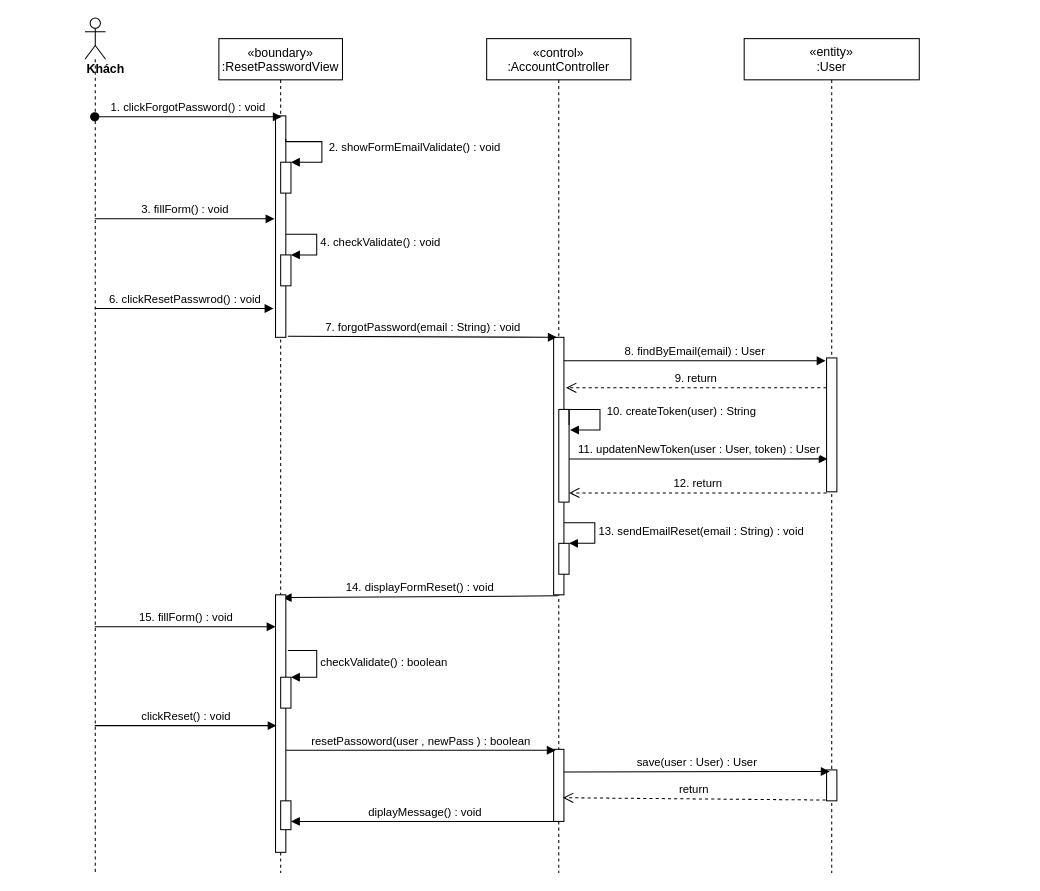
Above: sequence diagram/forgot-password-sequence-diagram.drawio in nguyenphamvan/datn_20202 (draw.io), before the change. Source tidied: cells renumbered, new cells numbered last; positions are measured from the earlier drawing's top-left corner, leaving out a move shared by most shapes. Both pictures are drawn from the tidied source at 103%, with x=0, y=0 at pixel (84, 18).
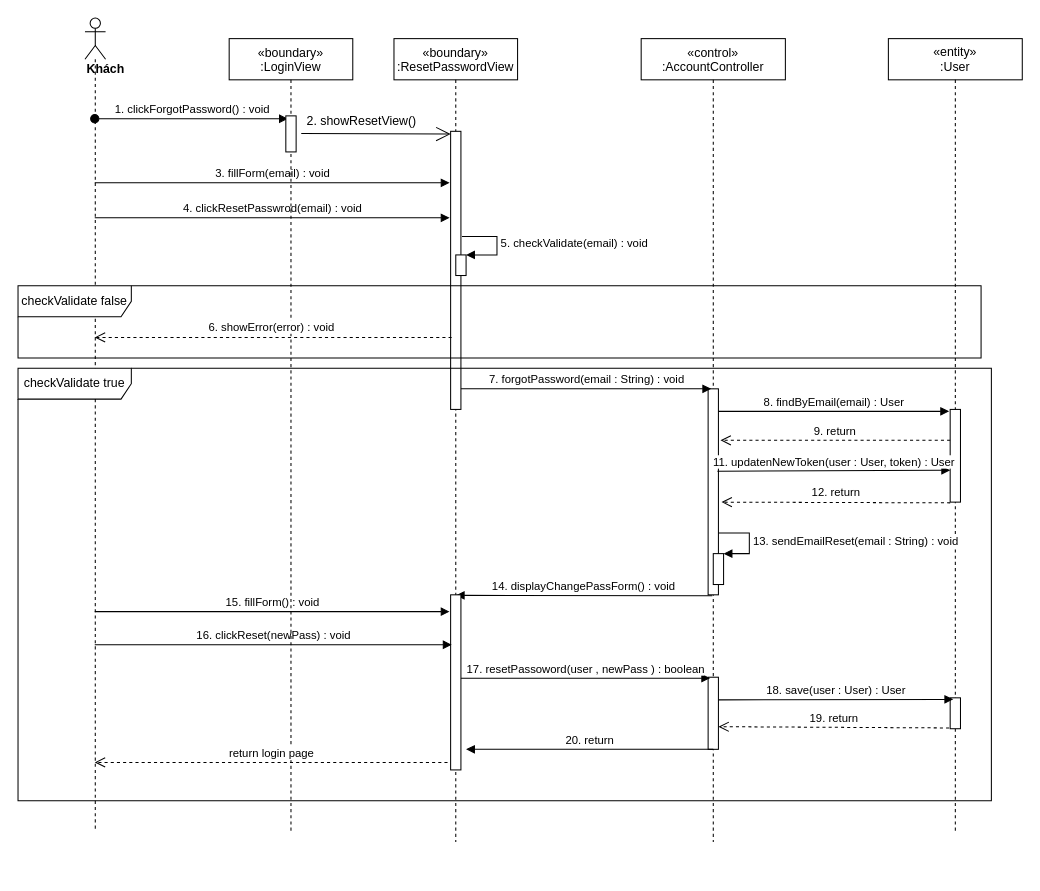
Above is the later version.

Diff of the diagram source:
```diff
@@
     <mxCell id="2" value="«boundary»&#10;:ResetPasswordView" style="shape=umlLifeline;perimeter=lifelinePerimeter;rounded=0;shadow=0;strokeWidth=1;" parent="1" vertex="1">
-      <mxGeometry x="130" y="20" width="120" height="810" as="geometry" />
+      <mxGeometry x="300" y="20" width="120" height="780" as="geometry" />
     </mxCell>
     <mxCell id="3" style="html=1;points=[];perimeter=orthogonalPerimeter;" parent="2" vertex="1">
-      <mxGeometry x="55" y="75" width="10" height="215" as="geometry" />
+      <mxGeometry x="55" y="90" width="10" height="270" as="geometry" />
     </mxCell>
     <mxCell id="4" value="«control»&#10;:AccountController" style="shape=umlLifeline;perimeter=lifelinePerimeter;rounded=0;shadow=0;strokeWidth=1;" parent="1" vertex="1">
-      <mxGeometry x="390" y="20" width="140" height="810" as="geometry" />
+      <mxGeometry x="540" y="20" width="140" height="780" as="geometry" />
     </mxCell>
     <mxCell id="5" value="&lt;div&gt;&lt;b&gt;Khách&lt;/b&gt;&lt;/div&gt;" style="shape=umlLifeline;participant=umlActor;perimeter=lifelinePerimeter;whiteSpace=wrap;html=1;verticalAlign=top;spacingTop=36;outlineConnect=0;align=left;" parent="1" vertex="1">
-      <mxGeometry width="20" height="830" as="geometry" />
+      <mxGeometry width="20" height="790" as="geometry" />
     </mxCell>
-    <mxCell id="6" value="3. fillForm() : void" style="html=1;verticalAlign=bottom;endArrow=block;entryX=-0.1;entryY=0.465;entryDx=0;entryDy=0;entryPerimeter=0;" parent="1" edge="1" source="5" target="3">
-      <mxGeometry relative="1" as="geometry" />
+    <mxCell id="6" value="3. fillForm(email) : void" style="html=1;verticalAlign=bottom;endArrow=block;" parent="1" edge="1" source="5">
+      <mxGeometry relative="1" as="geometry">
+        <mxPoint x="354" y="160" as="targetPoint" />
+      </mxGeometry>
     </mxCell>
     <mxCell id="7" value="&lt;span&gt;«entity»&lt;br&gt;&lt;/span&gt;:User" style="shape=umlLifeline;perimeter=lifelinePerimeter;whiteSpace=wrap;html=1;" parent="1" vertex="1">
-      <mxGeometry x="640" y="20" width="170" height="810" as="geometry" />
+      <mxGeometry x="780" y="20" width="130" height="770" as="geometry" />
     </mxCell>
     <mxCell id="8" style="points=[];perimeter=orthogonalPerimeter;rounded=0;shadow=0;strokeWidth=1;" parent="7" vertex="1">
-      <mxGeometry x="80" y="310" width="10" height="130" as="geometry" />
+      <mxGeometry x="60" y="360" width="10" height="90" as="geometry" />
     </mxCell>
     <mxCell id="9" style="points=[];perimeter=orthogonalPerimeter;rounded=0;shadow=0;strokeWidth=1;" parent="1" vertex="1">
-      <mxGeometry x="455" y="310" width="10" height="250" as="geometry" />
+      <mxGeometry x="605" y="360" width="10" height="200" as="geometry" />
     </mxCell>
-    <mxCell id="10" value="6. clickResetPasswrod() : void" style="html=1;verticalAlign=bottom;endArrow=block;entryX=-0.2;entryY=0.87;entryDx=0;entryDy=0;entryPerimeter=0;" parent="1" edge="1" source="5" target="3">
+    <mxCell id="10" value="4. clickResetPasswrod(email) : void" style="html=1;verticalAlign=bottom;endArrow=block;entryX=-0.1;entryY=0.311;entryDx=0;entryDy=0;entryPerimeter=0;" parent="1" edge="1" source="5" target="3">
       <mxGeometry relative="1" as="geometry" />
     </mxCell>
-    <mxCell id="11" value="7. forgotPassword(email : String) : void" style="html=1;verticalAlign=bottom;endArrow=block;entryX=0.3;entryY=0;entryDx=0;entryDy=0;entryPerimeter=0;exitX=1.2;exitY=0.995;exitDx=0;exitDy=0;exitPerimeter=0;" parent="1" edge="1" source="3" target="9">
+    <mxCell id="11" value="7. forgotPassword(email : String) : void" style="html=1;verticalAlign=bottom;endArrow=block;entryX=0.3;entryY=0;entryDx=0;entryDy=0;entryPerimeter=0;exitX=1;exitY=0.926;exitDx=0;exitDy=0;exitPerimeter=0;" parent="1" edge="1" source="3" target="9">
       <mxGeometry relative="1" as="geometry" />
     </mxCell>
@@
-    <mxCell id="13" style="html=1;points=[];perimeter=orthogonalPerimeter;" parent="1" vertex="1">
-      <mxGeometry x="460" y="380" width="10" height="90" as="geometry" />
-    </mxCell>
-    <mxCell id="14" value="&amp;nbsp;10. createToken(user) : String" style="edgeStyle=orthogonalEdgeStyle;html=1;align=left;spacingLeft=2;endArrow=block;rounded=0;exitX=1;exitY=0.167;exitDx=0;exitDy=0;exitPerimeter=0;" parent="1" edge="1" source="13">
-      <mxGeometry relative="1" as="geometry">
-        <mxPoint x="471" y="400" as="targetPoint" />
-        <Array as="points">
-          <mxPoint x="470" y="380" />
-          <mxPoint x="500" y="380" />
-          <mxPoint x="500" y="400" />
-        </Array>
-      </mxGeometry>
-    </mxCell>
-    <mxCell id="15" value="11. updatenNewToken(user : User, token) : User" style="html=1;verticalAlign=bottom;endArrow=block;entryX=0.1;entryY=0.754;entryDx=0;entryDy=0;entryPerimeter=0;exitX=1;exitY=0.534;exitDx=0;exitDy=0;exitPerimeter=0;" parent="1" edge="1" source="13" target="8">
+    <mxCell id="15" value="11. updatenNewToken(user : User, token) : User" style="html=1;verticalAlign=bottom;endArrow=block;entryX=0;entryY=0.656;entryDx=0;entryDy=0;entryPerimeter=0;exitX=0.9;exitY=0.4;exitDx=0;exitDy=0;exitPerimeter=0;" parent="1" edge="1" source="9" target="8">
       <mxGeometry relative="1" as="geometry" />
     </mxCell>
-    <mxCell id="16" value="12. return" style="html=1;verticalAlign=bottom;endArrow=open;dashed=1;endSize=8;exitX=0;exitY=1.008;exitDx=0;exitDy=0;exitPerimeter=0;" parent="1" edge="1" source="8" target="13">
+    <mxCell id="16" value="12. return" style="html=1;verticalAlign=bottom;endArrow=open;dashed=1;endSize=8;exitX=0;exitY=1.008;exitDx=0;exitDy=0;exitPerimeter=0;entryX=1.3;entryY=0.55;entryDx=0;entryDy=0;entryPerimeter=0;" parent="1" edge="1" source="8" target="9">
       <mxGeometry relative="1" as="geometry" />
     </mxCell>
-    <mxCell id="17" value="14. displayFormReset() : void" style="html=1;verticalAlign=bottom;endArrow=block;exitX=0.4;exitY=1.004;exitDx=0;exitDy=0;exitPerimeter=0;entryX=0.7;entryY=0.011;entryDx=0;entryDy=0;entryPerimeter=0;" parent="1" edge="1" source="9" target="19">
+    <mxCell id="17" value="14. displayChangePassForm() : void" style="html=1;verticalAlign=bottom;endArrow=block;exitX=0.4;exitY=1.004;exitDx=0;exitDy=0;exitPerimeter=0;entryX=0.5;entryY=0.003;entryDx=0;entryDy=0;entryPerimeter=0;" parent="1" edge="1" source="9" target="19">
       <mxGeometry relative="1" as="geometry" />
     </mxCell>
-    <mxCell id="18" value="15. fillForm() : void" style="html=1;verticalAlign=bottom;endArrow=block;entryX=0;entryY=0.124;entryDx=0;entryDy=0;entryPerimeter=0;" parent="1" edge="1" source="5" target="19">
+    <mxCell id="18" value="15. fillForm() : void" style="html=1;verticalAlign=bottom;endArrow=block;entryX=-0.1;entryY=0.096;entryDx=0;entryDy=0;entryPerimeter=0;" parent="1" edge="1" source="5" target="19">
       <mxGeometry relative="1" as="geometry" />
     </mxCell>
     <mxCell id="19" style="html=1;points=[];perimeter=orthogonalPerimeter;" parent="1" vertex="1">
-      <mxGeometry x="185" y="560" width="10" height="250" as="geometry" />
+      <mxGeometry x="355" y="560" width="10" height="170" as="geometry" />
     </mxCell>
-    <mxCell id="20" style="html=1;points=[];perimeter=orthogonalPerimeter;" parent="1" vertex="1">
-      <mxGeometry x="190" y="640" width="10" height="30" as="geometry" />
-    </mxCell>
-    <mxCell id="21" value="checkValidate() : boolean" style="edgeStyle=orthogonalEdgeStyle;html=1;align=left;spacingLeft=2;endArrow=block;rounded=0;entryX=1;entryY=0;exitX=1.2;exitY=0.216;exitDx=0;exitDy=0;exitPerimeter=0;" parent="1" edge="1" source="19" target="20">
-      <mxGeometry relative="1" as="geometry">
-        <Array as="points">
-          <mxPoint x="225" y="614" />
-          <mxPoint x="225" y="640" />
-        </Array>
-      </mxGeometry>
-    </mxCell>
     <mxCell id="22" style="html=1;points=[];perimeter=orthogonalPerimeter;" parent="1" vertex="1">
-      <mxGeometry x="455" y="710" width="10" height="70" as="geometry" />
+      <mxGeometry x="605" y="640" width="10" height="70" as="geometry" />
     </mxCell>
-    <mxCell id="23" value="resetPassoword(user , newPass ) : boolean" style="html=1;verticalAlign=bottom;endArrow=block;entryX=0.2;entryY=0.013;entryDx=0;entryDy=0;entryPerimeter=0;" parent="1" edge="1" source="19" target="22">
+    <mxCell id="23" value="17. resetPassoword(user , newPass ) : boolean" style="html=1;verticalAlign=bottom;endArrow=block;entryX=0.2;entryY=0.013;entryDx=0;entryDy=0;entryPerimeter=0;" parent="1" edge="1" source="19" target="22">
       <mxGeometry relative="1" as="geometry" />
     </mxCell>
     <mxCell id="24" style="html=1;points=[];perimeter=orthogonalPerimeter;" parent="1" vertex="1">
-      <mxGeometry x="720" y="730" width="10" height="30" as="geometry" />
+      <mxGeometry x="840" y="660" width="10" height="30" as="geometry" />
     </mxCell>
-    <mxCell id="25" value="save(user : User) : User" style="html=1;verticalAlign=bottom;endArrow=block;entryX=0.3;entryY=0.05;entryDx=0;entryDy=0;entryPerimeter=0;exitX=1;exitY=0.314;exitDx=0;exitDy=0;exitPerimeter=0;" parent="1" edge="1" source="22" target="24">
+    <mxCell id="25" value="18. save(user : User) : User" style="html=1;verticalAlign=bottom;endArrow=block;entryX=0.3;entryY=0.05;entryDx=0;entryDy=0;entryPerimeter=0;exitX=1;exitY=0.314;exitDx=0;exitDy=0;exitPerimeter=0;" parent="1" edge="1" source="22" target="24">
       <mxGeometry relative="1" as="geometry" />
     </mxCell>
-    <mxCell id="26" value="return" style="html=1;verticalAlign=bottom;endArrow=open;dashed=1;endSize=8;exitX=-0.1;exitY=0.975;exitDx=0;exitDy=0;exitPerimeter=0;entryX=0.9;entryY=0.671;entryDx=0;entryDy=0;entryPerimeter=0;" parent="1" edge="1" source="24" target="22">
+    <mxCell id="26" value="19. return" style="html=1;verticalAlign=bottom;endArrow=open;dashed=1;endSize=8;exitX=-0.1;exitY=0.975;exitDx=0;exitDy=0;exitPerimeter=0;entryX=1;entryY=0.686;entryDx=0;entryDy=0;entryPerimeter=0;" parent="1" edge="1" source="24" target="22">
       <mxGeometry relative="1" as="geometry" />
     </mxCell>
-    <mxCell id="27" value="diplayMessage() : void" style="html=1;verticalAlign=bottom;endArrow=block;exitX=0.5;exitY=1;exitDx=0;exitDy=0;exitPerimeter=0;" parent="1" edge="1" source="22" target="28">
-      <mxGeometry relative="1" as="geometry" />
+    <mxCell id="27" value="20. return" style="html=1;verticalAlign=bottom;endArrow=block;exitX=0.5;exitY=1;exitDx=0;exitDy=0;exitPerimeter=0;" parent="1" edge="1" source="22">
+      <mxGeometry relative="1" as="geometry">
+        <mxPoint x="370" y="710" as="targetPoint" />
+      </mxGeometry>
     </mxCell>
-    <mxCell id="28" style="html=1;points=[];perimeter=orthogonalPerimeter;" parent="1" vertex="1">
-      <mxGeometry x="190" y="760" width="10" height="28" as="geometry" />
-    </mxCell>
-    <mxCell id="29" value="clickReset() : void" style="html=1;verticalAlign=bottom;endArrow=block;entryX=0.1;entryY=0.508;entryDx=0;entryDy=0;entryPerimeter=0;" parent="1" edge="1" source="5" target="19">
+    <mxCell id="29" value="16. clickReset(newPass) : void" style="html=1;verticalAlign=bottom;endArrow=block;entryX=0.1;entryY=0.285;entryDx=0;entryDy=0;entryPerimeter=0;" parent="1" edge="1" source="5" target="19">
       <mxGeometry relative="1" as="geometry" />
     </mxCell>
-    <mxCell id="30" value="9. return" style="html=1;verticalAlign=bottom;endArrow=open;dashed=1;endSize=8;exitX=0;exitY=0.223;exitDx=0;exitDy=0;exitPerimeter=0;entryX=1.2;entryY=0.196;entryDx=0;entryDy=0;entryPerimeter=0;" parent="1" edge="1" source="8" target="9">
-      <mxGeometry relative="1" as="geometry" />
+    <mxCell id="30" value="9. return" style="html=1;verticalAlign=bottom;endArrow=open;dashed=1;endSize=8;" parent="1" edge="1" source="8">
+      <mxGeometry relative="1" as="geometry">
+        <mxPoint x="617" y="410" as="targetPoint" />
+      </mxGeometry>
     </mxCell>
-    <mxCell id="31" value="1. clickForgotPassword() : void" style="html=1;verticalAlign=bottom;startArrow=oval;startFill=1;endArrow=block;startSize=8;entryX=0.6;entryY=0.004;entryDx=0;entryDy=0;entryPerimeter=0;" parent="1" edge="1" source="5" target="3">
+    <mxCell id="31" value="1. clickForgotPassword() : void" style="html=1;verticalAlign=bottom;startArrow=oval;startFill=1;endArrow=block;startSize=8;entryX=0.2;entryY=0.08;entryDx=0;entryDy=0;entryPerimeter=0;" parent="1" edge="1" source="5" target="39">
       <mxGeometry relative="1" as="geometry" />
     </mxCell>
-    <mxCell id="32" style="html=1;points=[];perimeter=orthogonalPerimeter;" parent="1" vertex="1">
-      <mxGeometry x="190" y="140" width="10" height="30" as="geometry" />
-    </mxCell>
-    <mxCell id="33" value="&amp;nbsp;2. showFormEmailValidate() : void" style="edgeStyle=orthogonalEdgeStyle;html=1;align=left;spacingLeft=2;endArrow=block;rounded=0;entryX=1;entryY=0;exitX=1;exitY=0.104;exitDx=0;exitDy=0;exitPerimeter=0;" parent="1" edge="1" source="3" target="32">
-      <mxGeometry relative="1" as="geometry">
-        <Array as="points">
-          <mxPoint x="230" y="120" />
-          <mxPoint x="230" y="140" />
-        </Array>
-      </mxGeometry>
-    </mxCell>
     <mxCell id="34" style="html=1;points=[];perimeter=orthogonalPerimeter;" parent="1" vertex="1">
-      <mxGeometry x="190" y="230" width="10" height="30" as="geometry" />
+      <mxGeometry x="360" y="230" width="10" height="20" as="geometry" />
     </mxCell>
-    <mxCell id="35" value="4. checkValidate() : void" style="edgeStyle=orthogonalEdgeStyle;html=1;align=left;spacingLeft=2;endArrow=block;rounded=0;entryX=1;entryY=0;" parent="1" edge="1" target="34">
+    <mxCell id="35" value="5. checkValidate(email) : void" style="edgeStyle=orthogonalEdgeStyle;html=1;align=left;spacingLeft=2;endArrow=block;rounded=0;entryX=1;entryY=0;exitX=1.1;exitY=0.378;exitDx=0;exitDy=0;exitPerimeter=0;" parent="1" edge="1" source="3" target="34">
       <mxGeometry relative="1" as="geometry">
-        <mxPoint x="195" y="210" as="sourcePoint" />
         <Array as="points">
-          <mxPoint x="225" y="210" />
+          <mxPoint x="400" y="212" />
+          <mxPoint x="400" y="230" />
         </Array>
       </mxGeometry>
     </mxCell>
     <mxCell id="36" style="html=1;points=[];perimeter=orthogonalPerimeter;" parent="1" vertex="1">
-      <mxGeometry x="460" y="510" width="10" height="30" as="geometry" />
+      <mxGeometry x="610" y="520" width="10" height="30" as="geometry" />
     </mxCell>
     <mxCell id="37" value="13. sendEmailReset(email : String) : void" style="edgeStyle=orthogonalEdgeStyle;html=1;align=left;spacingLeft=2;endArrow=block;rounded=0;entryX=1;entryY=0;" parent="1" edge="1" target="36">
       <mxGeometry relative="1" as="geometry">
-        <mxPoint x="465" y="490" as="sourcePoint" />
+        <mxPoint x="615" y="500" as="sourcePoint" />
         <Array as="points">
-          <mxPoint x="495" y="490" />
+          <mxPoint x="645" y="500" />
         </Array>
       </mxGeometry>
     </mxCell>
+    <mxCell id="38" value="«boundary»&#10;:LoginView" style="shape=umlLifeline;perimeter=lifelinePerimeter;rounded=0;shadow=0;strokeWidth=1;" parent="1" vertex="1">
+      <mxGeometry x="140" y="20" width="120" height="770" as="geometry" />
+    </mxCell>
+    <mxCell id="39" style="html=1;points=[];perimeter=orthogonalPerimeter;" parent="38" vertex="1">
+      <mxGeometry x="55" y="75" width="10" height="35" as="geometry" />
+    </mxCell>
+    <mxCell id="40" style="endArrow=open;endFill=1;endSize=12;html=1;entryX=0;entryY=0.01;entryDx=0;entryDy=0;entryPerimeter=0;exitX=1.5;exitY=0.486;exitDx=0;exitDy=0;exitPerimeter=0;" parent="1" edge="1" source="39" target="3">
+      <mxGeometry relative="1" as="geometry" />
+    </mxCell>
+    <mxCell id="41" style="edgeLabel;html=1;align=center;verticalAlign=middle;" parent="40" vertex="1">
+      <mxGeometry x="-0.21" y="-2" relative="1" as="geometry">
+        <mxPoint x="3" y="-14" as="offset" />
+      </mxGeometry>
+    </mxCell>
+    <mxCell id="42" value="2. showResetView()&amp;nbsp;" style="text;html=1;align=center;verticalAlign=middle;strokeColor=none;" parent="1" vertex="1">
+      <mxGeometry x="205" y="90" width="130" height="20" as="geometry" />
+    </mxCell>
+    <mxCell id="43" value="checkValidate false" style="shape=umlFrame;whiteSpace=wrap;html=1;width=110;height=30;" parent="1" vertex="1">
+      <mxGeometry x="-65" y="260" width="935" height="70" as="geometry" />
+    </mxCell>
+    <mxCell id="44" value="6. showError(error) : void" style="html=1;verticalAlign=bottom;endArrow=open;dashed=1;endSize=8;exitX=0.1;exitY=0.741;exitDx=0;exitDy=0;exitPerimeter=0;" parent="1" edge="1" source="3" target="5">
+      <mxGeometry x="0.01" y="-1" relative="1" as="geometry" />
+    </mxCell>
+    <mxCell id="45" value="return login page" style="html=1;verticalAlign=bottom;endArrow=open;dashed=1;endSize=8;exitX=-0.3;exitY=0.957;exitDx=0;exitDy=0;exitPerimeter=0;" parent="1" edge="1" source="19" target="5">
+      <mxGeometry relative="1" as="geometry" />
+    </mxCell>
+    <mxCell id="46" value="checkValidate true" style="shape=umlFrame;whiteSpace=wrap;html=1;width=110;height=30;" parent="1" vertex="1">
+      <mxGeometry x="-65" y="340" width="945" height="420" as="geometry" />
+    </mxCell>
```
